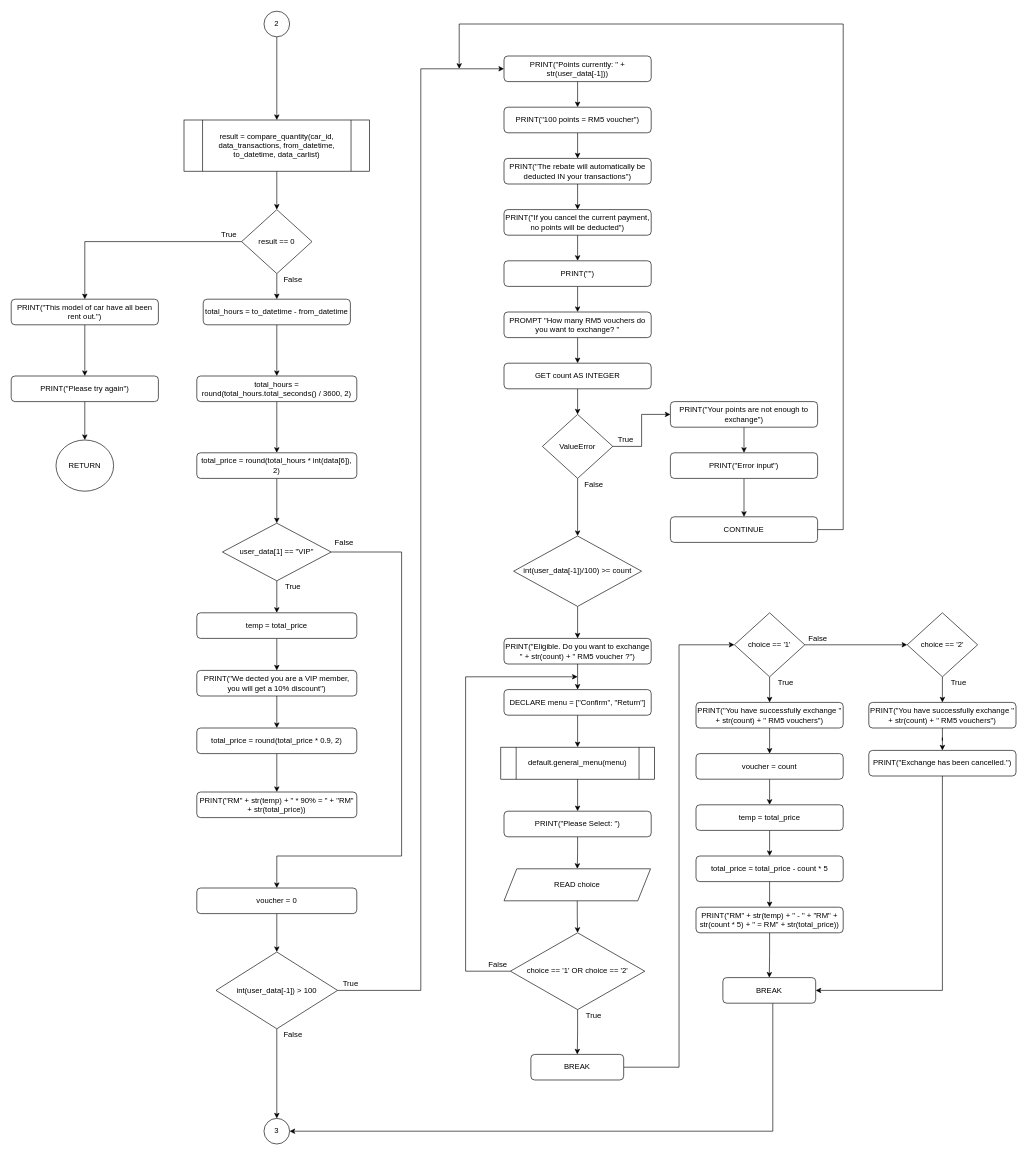
Before: page "Page-3" (3 of 4) of Flowchart/clients/bookcar_menu.drawio in RabbitBear00/Car-Rental-System, a draw.io diagram. Source tidied: cells renumbered, new cells numbered last; positions are measured from the earlier drawing's top-left corner, leaving out a move shared by most shapes. Both pictures are drawn from the tidied source at 64%, with x=0, y=0 at pixel (11, 11).
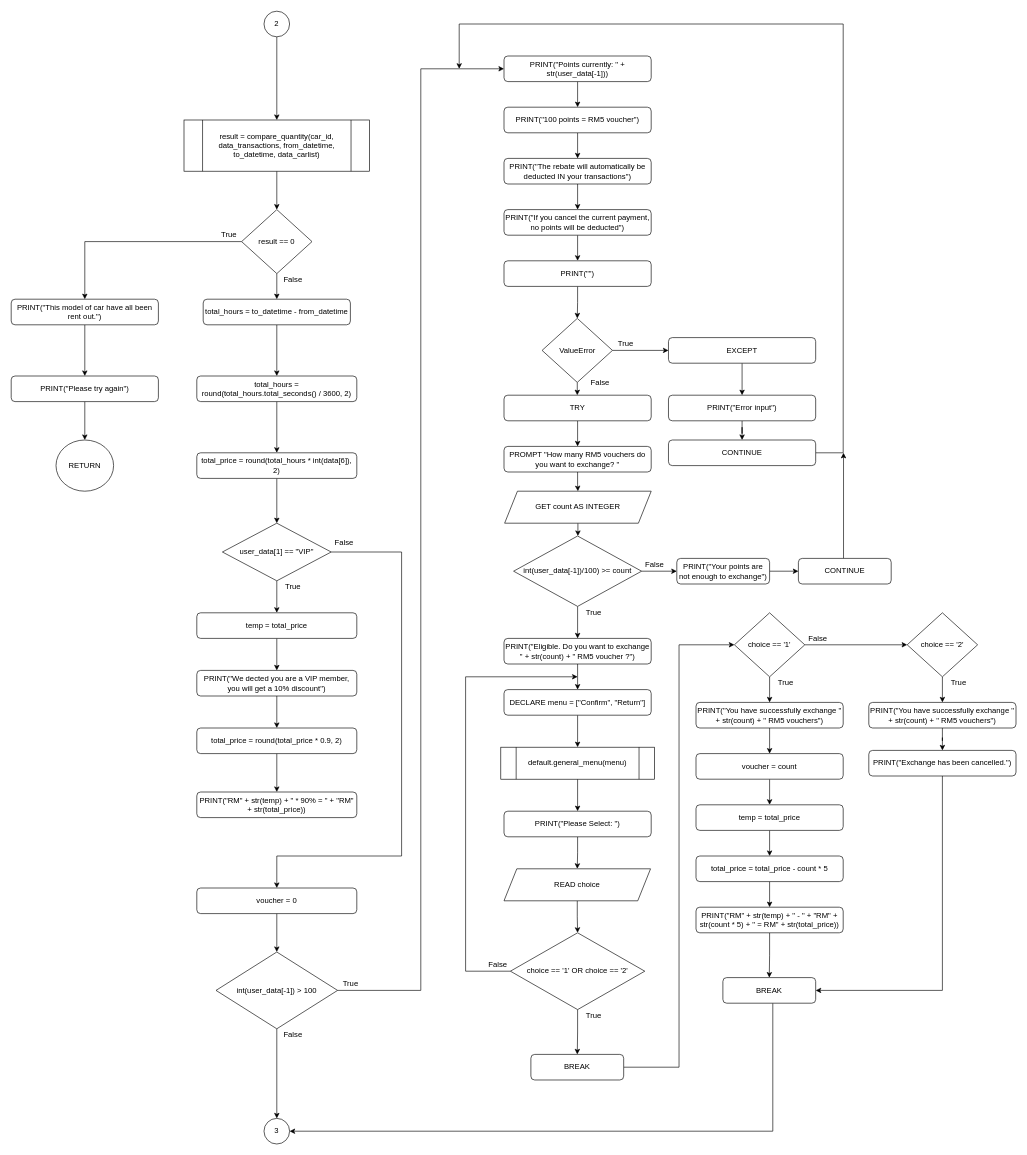
The same diagram, later.

Unchanged cells that the change refers to:
```xml
<mxCell id="48" value="PRINT(&quot;&quot;)" style="rounded=1;whiteSpace=wrap;html=1;" parent="1" vertex="1">
  <mxGeometry x="770" y="390" width="230" height="40" as="geometry" />
</mxCell>
<mxCell id="63" value="int(user_data[-1])/100) &gt;= count" style="rhombus;whiteSpace=wrap;html=1;" parent="1" vertex="1">
  <mxGeometry x="785" y="820" width="200" height="110" as="geometry" />
</mxCell>
```

What changed in the source:
```diff
@@
-    <mxCell id="47" style="edgeStyle=orthogonalEdgeStyle;rounded=0;jettySize=auto;html=1;" parent="1" edge="1" source="48" target="50">
-      <mxGeometry relative="1" as="geometry" />
-    </mxCell>
+    <mxCell id="110" style="edgeStyle=orthogonalEdgeStyle;rounded=0;jettySize=auto;html=1;" parent="1" edge="1" source="48" target="55">
+      <mxGeometry relative="1" as="geometry" />
+    </mxCell>
@@
-    <mxCell id="49" style="edgeStyle=orthogonalEdgeStyle;rounded=0;jettySize=auto;html=1;" parent="1" edge="1" source="50" target="52">
-      <mxGeometry relative="1" as="geometry" />
-    </mxCell>
-    <mxCell id="50" value="PROMPT &quot;How many RM5 vouchers do you want to exchange? &quot;" style="rounded=1;whiteSpace=wrap;html=1;" parent="1" vertex="1">
-      <mxGeometry x="770" y="470" width="230" height="40" as="geometry" />
-    </mxCell>
-    <mxCell id="51" style="edgeStyle=orthogonalEdgeStyle;rounded=0;jettySize=auto;html=1;" parent="1" edge="1" source="52" target="55">
-      <mxGeometry relative="1" as="geometry" />
-    </mxCell>
-    <mxCell id="52" value="GET count AS INTEGER" style="rounded=1;whiteSpace=wrap;html=1;" parent="1" vertex="1">
-      <mxGeometry x="770" y="550" width="230" height="40" as="geometry" />
-    </mxCell>
-    <mxCell id="53" style="edgeStyle=orthogonalEdgeStyle;rounded=0;jettySize=auto;html=1;entryX=0;entryY=0.5;entryDx=0;entryDy=0;" parent="1" edge="1" source="55" target="83">
-      <mxGeometry relative="1" as="geometry" />
-    </mxCell>
-    <mxCell id="54" style="edgeStyle=orthogonalEdgeStyle;rounded=0;jettySize=auto;html=1;" parent="1" edge="1" source="55" target="63">
-      <mxGeometry relative="1" as="geometry" />
-    </mxCell>
+    <mxCell id="111" style="edgeStyle=orthogonalEdgeStyle;rounded=0;jettySize=auto;html=1;entryX=0.5;entryY=0;entryDx=0;entryDy=0;" parent="1" edge="1" source="55" target="115">
+      <mxGeometry relative="1" as="geometry" />
+    </mxCell>
+    <mxCell id="112" style="edgeStyle=orthogonalEdgeStyle;rounded=0;jettySize=auto;html=1;entryX=0;entryY=0.5;entryDx=0;entryDy=0;" parent="1" edge="1" source="55" target="117">
+      <mxGeometry relative="1" as="geometry" />
+    </mxCell>
     <mxCell id="55" value="ValueError" style="rhombus;whiteSpace=wrap;html=1;" parent="1" vertex="1">
-      <mxGeometry x="830" y="630" width="110" height="100" as="geometry" />
+      <mxGeometry x="829.5" y="480" width="110" height="100" as="geometry" />
     </mxCell>
@@
     <mxCell id="57" value="PRINT(&quot;Error input&quot;)" style="rounded=1;whiteSpace=wrap;html=1;" parent="1" vertex="1">
-      <mxGeometry x="1030" y="690" width="230" height="40" as="geometry" />
+      <mxGeometry x="1027" y="600" width="230" height="40" as="geometry" />
     </mxCell>
     <mxCell id="58" style="edgeStyle=orthogonalEdgeStyle;rounded=0;jettySize=auto;html=1;exitX=1;exitY=0.5;exitDx=0;exitDy=0;" parent="1" edge="1" source="59">
       <mxGeometry relative="1" as="geometry">
         <mxPoint x="700" y="90" as="targetPoint" />
         <Array as="points">
-          <mxPoint x="1300" y="810" />
+          <mxPoint x="1300" y="690" />
           <mxPoint x="1300" y="20" />
           <mxPoint x="700" y="20" />
         </Array>
       </mxGeometry>
     </mxCell>
     <mxCell id="59" value="CONTINUE" style="rounded=1;whiteSpace=wrap;html=1;" parent="1" vertex="1">
-      <mxGeometry x="1030" y="790" width="230" height="40" as="geometry" />
+      <mxGeometry x="1027" y="670" width="230" height="40" as="geometry" />
     </mxCell>
     <mxCell id="60" value="True" style="text;html=1;align=center;verticalAlign=middle;strokeColor=none;" parent="1" vertex="1">
-      <mxGeometry x="940" y="660" width="40" height="20" as="geometry" />
+      <mxGeometry x="939.5" y="510" width="40" height="20" as="geometry" />
     </mxCell>
     <mxCell id="61" value="False" style="text;html=1;align=center;verticalAlign=middle;strokeColor=none;" parent="1" vertex="1">
-      <mxGeometry x="890" y="730" width="40" height="20" as="geometry" />
+      <mxGeometry x="899.5" y="570" width="40" height="20" as="geometry" />
     </mxCell>
@@
+    <mxCell id="113" style="edgeStyle=orthogonalEdgeStyle;rounded=0;jettySize=auto;html=1;entryX=0;entryY=0.5;entryDx=0;entryDy=0;" parent="1" edge="1" source="63" target="83">
+      <mxGeometry relative="1" as="geometry" />
+    </mxCell>
@@
-    <mxCell id="82" style="edgeStyle=orthogonalEdgeStyle;rounded=0;jettySize=auto;html=1;" parent="1" edge="1" source="83" target="57">
-      <mxGeometry relative="1" as="geometry" />
-    </mxCell>
-    <mxCell id="83" value="PRINT(&quot;Your points are not enough to exchange&quot;)" style="rounded=1;whiteSpace=wrap;html=1;" parent="1" vertex="1">
-      <mxGeometry x="1030" y="610" width="230" height="40" as="geometry" />
-    </mxCell>
@@
+    <mxCell id="49" style="edgeStyle=orthogonalEdgeStyle;rounded=0;jettySize=auto;html=1;entryX=0.5;entryY=0;entryDx=0;entryDy=0;" parent="1" edge="1" source="50" target="52">
+      <mxGeometry relative="1" as="geometry" />
+    </mxCell>
+    <mxCell id="50" value="PROMPT &quot;How many RM5 vouchers do you want to exchange? &quot;" style="rounded=1;whiteSpace=wrap;html=1;" parent="1" vertex="1">
+      <mxGeometry x="770" y="680" width="230" height="40" as="geometry" />
+    </mxCell>
+    <mxCell id="114" style="edgeStyle=orthogonalEdgeStyle;rounded=0;jettySize=auto;html=1;entryX=0.5;entryY=0;entryDx=0;entryDy=0;" parent="1" edge="1" source="115" target="50">
+      <mxGeometry relative="1" as="geometry" />
+    </mxCell>
+    <mxCell id="115" value="TRY" style="rounded=1;whiteSpace=wrap;html=1;" parent="1" vertex="1">
+      <mxGeometry x="770" y="600" width="230" height="40" as="geometry" />
+    </mxCell>
+    <mxCell id="116" style="edgeStyle=orthogonalEdgeStyle;rounded=0;jettySize=auto;html=1;" parent="1" edge="1" source="117" target="57">
+      <mxGeometry relative="1" as="geometry" />
+    </mxCell>
+    <mxCell id="117" value="EXCEPT" style="rounded=1;whiteSpace=wrap;html=1;" parent="1" vertex="1">
+      <mxGeometry x="1027" y="510" width="230" height="40" as="geometry" />
+    </mxCell>
+    <mxCell id="118" style="edgeStyle=orthogonalEdgeStyle;rounded=0;jettySize=auto;html=1;entryX=0.5;entryY=0;entryDx=0;entryDy=0;" parent="1" edge="1" source="52" target="63">
+      <mxGeometry relative="1" as="geometry" />
+    </mxCell>
+    <mxCell id="52" value="GET count AS INTEGER" style="shape=parallelogram;perimeter=parallelogramPerimeter;whiteSpace=wrap;html=1;fixedSize=1;" parent="1" vertex="1">
+      <mxGeometry x="771" y="750" width="229" height="50" as="geometry" />
+    </mxCell>
+    <mxCell id="119" style="edgeStyle=orthogonalEdgeStyle;rounded=0;jettySize=auto;html=1;entryX=0;entryY=0.5;entryDx=0;entryDy=0;" parent="1" edge="1" source="83" target="121">
+      <mxGeometry relative="1" as="geometry" />
+    </mxCell>
+    <mxCell id="83" value="PRINT(&quot;Your points are not enough to exchange&quot;)" style="rounded=1;whiteSpace=wrap;html=1;" parent="1" vertex="1">
+      <mxGeometry x="1040" y="855" width="145" height="40" as="geometry" />
+    </mxCell>
+    <mxCell id="120" style="edgeStyle=orthogonalEdgeStyle;rounded=0;orthogonalLoop=1;jettySize=auto;html=1;" parent="1" edge="1">
+      <mxGeometry relative="1" as="geometry">
+        <mxPoint x="1300.5" y="855" as="sourcePoint" />
+        <mxPoint x="1300.5" y="690" as="targetPoint" />
+      </mxGeometry>
+    </mxCell>
+    <mxCell id="121" value="CONTINUE" style="rounded=1;whiteSpace=wrap;html=1;" parent="1" vertex="1">
+      <mxGeometry x="1230" y="855" width="145" height="40" as="geometry" />
+    </mxCell>
+    <mxCell id="122" value="False" style="text;html=1;align=center;verticalAlign=middle;strokeColor=none;" parent="1" vertex="1">
+      <mxGeometry x="985" y="855" width="40" height="20" as="geometry" />
+    </mxCell>
+    <mxCell id="123" value="True" style="text;html=1;align=center;verticalAlign=middle;strokeColor=none;" parent="1" vertex="1">
+      <mxGeometry x="890" y="930" width="40" height="20" as="geometry" />
+    </mxCell>
```
